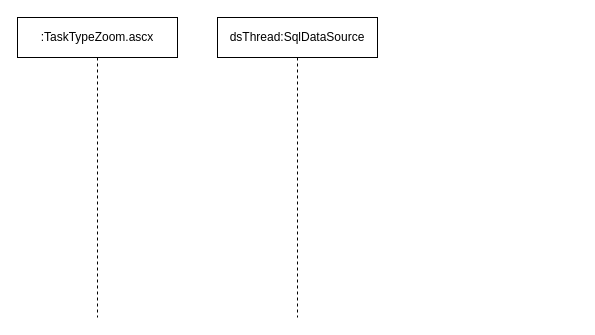
Earlier version of the draw.io diagram portal/uc/TaskTypeZoom.ascx/TaskTypeZoom.aspx_sequence__Инициализация_списка.drawio (davyd0ff/so-line-grls). Source tidied: cells renumbered, new cells numbered last; positions are measured from the earlier drawing's top-left corner, leaving out a move shared by most shapes. Both pictures are drawn from the tidied source at 100%, with x=0, y=0 at pixel (17, 17).
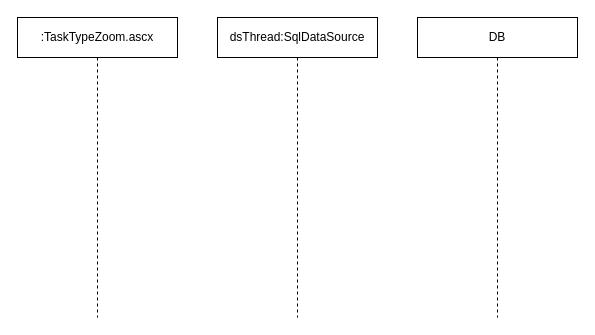
The same diagram, later.

The edit, as a diff of the source:
```diff
@@
 <mxGraphModel>
   <root>
     <mxCell id="0" />
     <mxCell id="1" parent="0" />
     <mxCell id="2" value=":TaskTypeZoom.ascx" style="shape=umlLifeline;perimeter=lifelinePerimeter;whiteSpace=wrap;html=1;" parent="1" vertex="1">
       <mxGeometry width="160" height="300" as="geometry" />
     </mxCell>
     <mxCell id="3" value="dsThread:SqlDataSource" style="shape=umlLifeline;perimeter=lifelinePerimeter;whiteSpace=wrap;html=1;" parent="1" vertex="1">
       <mxGeometry x="200" width="160" height="300" as="geometry" />
     </mxCell>
+    <mxCell id="4" value="DB" style="shape=umlLifeline;perimeter=lifelinePerimeter;whiteSpace=wrap;html=1;" parent="1" vertex="1">
+      <mxGeometry x="400" width="160" height="300" as="geometry" />
+    </mxCell>
   </root>
 </mxGraphModel>
```
